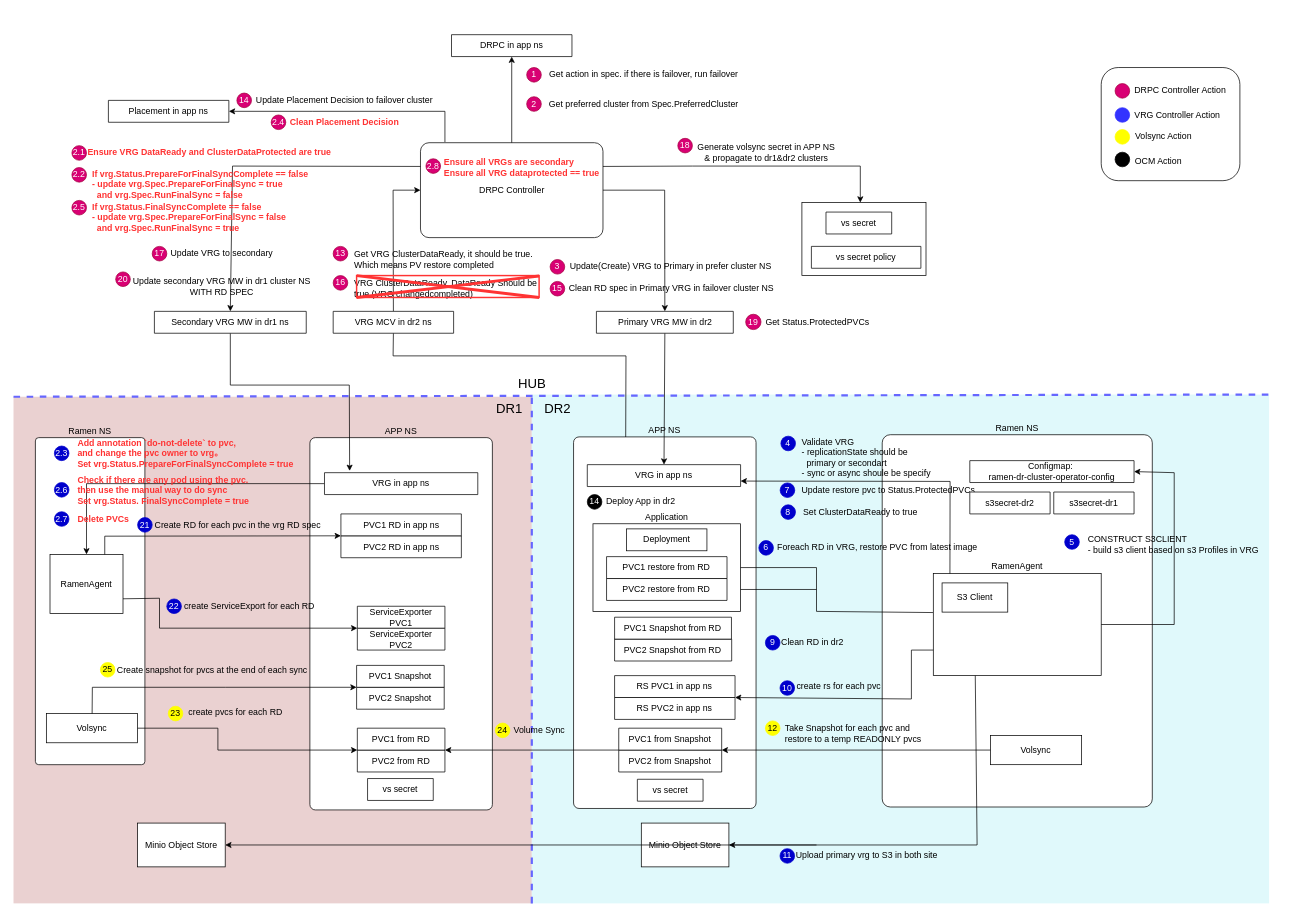
youhangwang/youhangwang.github.io keeps this draw.io diagram as assets/images/posts/ramen-relocate.drawio. Above is the earlier version. Source tidied: cells renumbered, new cells numbered last; positions are measured from the earlier drawing's top-left corner, leaving out a move shared by most shapes. Both pictures are drawn from the tidied source at 73%, with x=0, y=0 at pixel (13, 34).
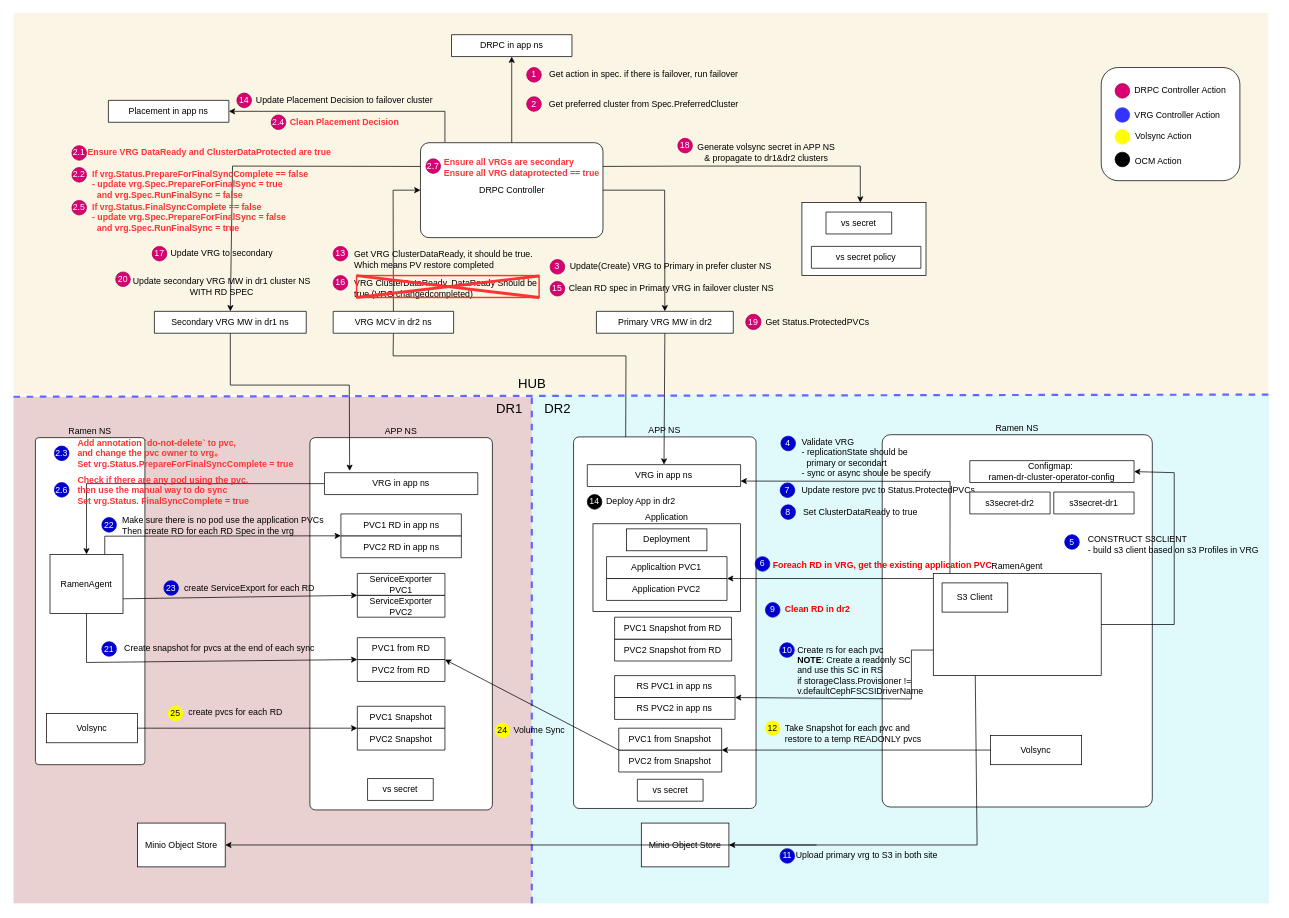
The same diagram, later.

Unchanged cells that the change refers to:
```xml
<mxCell id="11" value="RamenAgent" style="rounded=0;whiteSpace=wrap;html=1;labelPosition=center;verticalLabelPosition=middle;align=center;verticalAlign=middle;" parent="1" vertex="1">
  <mxGeometry x="50" y="712" width="100" height="81" as="geometry" />
</mxCell>
<mxCell id="22" value="Volsync" style="rounded=0;whiteSpace=wrap;html=1;" parent="1" vertex="1">
  <mxGeometry x="45" y="930" width="125" height="40" as="geometry" />
</mxCell>
<mxCell id="38" value="RamenAgent" style="rounded=0;whiteSpace=wrap;html=1;labelPosition=center;verticalLabelPosition=top;align=center;verticalAlign=bottom;" parent="1" vertex="1">
  <mxGeometry x="1260" y="738" width="230" height="140" as="geometry" />
</mxCell>
```

Diff of the diagram source:
```diff
@@
+    <mxCell id="158" style="rounded=0;whiteSpace=wrap;html=1;fillColor=#fbf5e5;strokeColor=none;" parent="1" vertex="1">
+      <mxGeometry y="-30" width="1719" height="523" as="geometry" />
+    </mxCell>
@@
-    <mxCell id="50" value="Foreach RD in VRG, restore PVC from latest image" style="text;html=1;align=center;verticalAlign=middle;strokeColor=none;fillColor=none;" parent="1" vertex="1">
-      <mxGeometry x="1033" y="688" width="300" height="30" as="geometry" />
+    <mxCell id="50" value="&lt;font color=&quot;#ff0000&quot;&gt;&lt;b&gt;Foreach RD in VRG, get the existing application PVC&lt;/b&gt;&lt;/font&gt;" style="text;html=1;align=center;verticalAlign=middle;strokeColor=none;fillColor=none;" parent="1" vertex="1">
+      <mxGeometry x="1030" y="712" width="320" height="30" as="geometry" />
     </mxCell>
     <mxCell id="51" value="6" style="ellipse;whiteSpace=wrap;html=1;fillColor=#0000CC;strokeColor=#0000CC;fontColor=#ffffff;align=center;verticalAlign=middle;fontFamily=Helvetica;fontSize=12;" parent="1" vertex="1">
-      <mxGeometry x="1021" y="693" width="20" height="20" as="geometry" />
+      <mxGeometry x="1016" y="715" width="20" height="20" as="geometry" />
     </mxCell>
@@
-    <mxCell id="65" value="&lt;span style=&quot;text-align: center;&quot;&gt;Clean RD in dr2&lt;/span&gt;" style="text;html=1;align=left;verticalAlign=middle;strokeColor=none;fillColor=none;" parent="1" vertex="1">
-      <mxGeometry x="1050" y="818" width="110" height="30" as="geometry" />
+    <mxCell id="65" value="&lt;span style=&quot;text-align: center;&quot;&gt;&lt;b&gt;&lt;font color=&quot;#ff0000&quot;&gt;Clean RD in dr2&lt;/font&gt;&lt;/b&gt;&lt;/span&gt;" style="text;html=1;align=left;verticalAlign=middle;strokeColor=none;fillColor=none;" parent="1" vertex="1">
+      <mxGeometry x="1054.6" y="773" width="110" height="30" as="geometry" />
     </mxCell>
     <mxCell id="66" value="9" style="ellipse;whiteSpace=wrap;html=1;fillColor=#0000CC;strokeColor=#0000CC;fontColor=#ffffff;align=center;verticalAlign=middle;fontFamily=Helvetica;fontSize=12;" parent="1" vertex="1">
-      <mxGeometry x="1030" y="823" width="20" height="20" as="geometry" />
+      <mxGeometry x="1030" y="778" width="20" height="20" as="geometry" />
     </mxCell>
-    <mxCell id="67" value="create rs for each pvc" style="text;html=1;align=left;verticalAlign=middle;strokeColor=none;fillColor=none;" parent="1" vertex="1">
-      <mxGeometry x="1071.2" y="878" width="140" height="30" as="geometry" />
-    </mxCell>
     <mxCell id="68" value="10" style="ellipse;whiteSpace=wrap;html=1;fillColor=#0000CC;strokeColor=#0000CC;fontColor=#ffffff;align=center;verticalAlign=middle;fontFamily=Helvetica;fontSize=12;" parent="1" vertex="1">
-      <mxGeometry x="1050" y="885" width="20" height="20" as="geometry" />
+      <mxGeometry x="1049.6" y="833" width="20" height="20" as="geometry" />
     </mxCell>
@@
-    <mxCell id="71" style="endArrow=classic;html=1;rounded=0;exitX=-0.002;exitY=0.383;exitDx=0;exitDy=0;exitPerimeter=0;entryX=1;entryY=0.5;entryDx=0;entryDy=0;jumpStyle=arc;" parent="1" edge="1" source="38" target="132">
-      <mxGeometry relative="1" as="geometry">
-        <Array as="points">
-          <mxPoint x="1100" y="790" />
-          <mxPoint x="1100" y="730" />
-        </Array>
-      </mxGeometry>
-    </mxCell>
-    <mxCell id="72" style="endArrow=classic;html=1;rounded=0;entryX=1;entryY=0.5;entryDx=0;entryDy=0;jumpStyle=arc;" parent="1" edge="1" target="131">
-      <mxGeometry relative="1" as="geometry">
-        <mxPoint x="1100" y="760" as="sourcePoint" />
-        <Array as="points">
-          <mxPoint x="1100" y="760" />
-        </Array>
-      </mxGeometry>
-    </mxCell>
@@
-    <mxCell id="76" style="endArrow=classic;html=1;rounded=0;entryX=0;entryY=0;entryDx=0;entryDy=0;exitX=1;exitY=0.5;exitDx=0;exitDy=0;" parent="1" edge="1" source="22" target="136">
+    <mxCell id="76" style="endArrow=classic;html=1;rounded=0;entryX=0;entryY=0;entryDx=0;entryDy=0;exitX=0.5;exitY=1;exitDx=0;exitDy=0;" parent="1" edge="1" source="11" target="136">
       <mxGeometry relative="1" as="geometry">
         <Array as="points">
-          <mxPoint x="280" y="950" />
-          <mxPoint x="280" y="980" />
+          <mxPoint x="100" y="860" />
         </Array>
       </mxGeometry>
     </mxCell>
@@
-    <mxCell id="78" value="&lt;font color=&quot;#000000&quot;&gt;23&lt;/font&gt;" style="ellipse;whiteSpace=wrap;html=1;fillColor=#FFFF00;strokeColor=#FFFF00;fontColor=#ffffff;align=center;verticalAlign=middle;fontFamily=Helvetica;fontSize=12;" parent="1" vertex="1">
+    <mxCell id="78" value="&lt;font color=&quot;#000000&quot;&gt;25&lt;/font&gt;" style="ellipse;whiteSpace=wrap;html=1;fillColor=#FFFF00;strokeColor=#FFFF00;fontColor=#ffffff;align=center;verticalAlign=middle;fontFamily=Helvetica;fontSize=12;" parent="1" vertex="1">
       <mxGeometry x="212" y="920" width="20" height="20" as="geometry" />
     </mxCell>
-    <mxCell id="79" style="endArrow=classic;html=1;rounded=0;entryX=0;entryY=1;entryDx=0;entryDy=0;" parent="1" edge="1" source="22" target="139">
+    <mxCell id="79" style="endArrow=classic;html=1;rounded=0;entryX=0;entryY=1;entryDx=0;entryDy=0;exitX=1;exitY=0.5;exitDx=0;exitDy=0;" parent="1" edge="1" source="22" target="139">
       <mxGeometry relative="1" as="geometry">
         <Array as="points">
-          <mxPoint x="108" y="894" />
-          <mxPoint x="290" y="894" />
+          <mxPoint x="210" y="950" />
         </Array>
       </mxGeometry>
     </mxCell>
     <mxCell id="80" value="Create snapshot for pvcs at the end of each sync" style="text;html=1;align=left;verticalAlign=middle;strokeColor=none;fillColor=none;" parent="1" vertex="1">
-      <mxGeometry x="140" y="856" width="280" height="30" as="geometry" />
+      <mxGeometry x="150" y="826" width="280" height="30" as="geometry" />
     </mxCell>
-    <mxCell id="81" value="&lt;font color=&quot;#000000&quot;&gt;25&lt;/font&gt;" style="ellipse;whiteSpace=wrap;html=1;fillColor=#FFFF00;strokeColor=#FFFF00;fontColor=#ffffff;align=center;verticalAlign=middle;fontFamily=Helvetica;fontSize=12;" parent="1" vertex="1">
-      <mxGeometry x="119" y="860" width="20" height="20" as="geometry" />
+    <mxCell id="81" value="21" style="ellipse;whiteSpace=wrap;html=1;fillColor=#0000CC;strokeColor=#0000CC;fontColor=#ffffff;align=center;verticalAlign=middle;fontFamily=Helvetica;fontSize=12;" parent="1" vertex="1">
+      <mxGeometry x="121" y="831.5" width="20" height="20" as="geometry" />
     </mxCell>
-    <mxCell id="82" value="Create RD for each pvc in the vrg RD spec" style="text;html=1;align=center;verticalAlign=middle;strokeColor=none;fillColor=none;" parent="1" vertex="1">
-      <mxGeometry x="182" y="656.5" width="250" height="30" as="geometry" />
-    </mxCell>
-    <mxCell id="83" value="21" style="ellipse;whiteSpace=wrap;html=1;fillColor=#0000CC;strokeColor=#0000CC;fontColor=#ffffff;align=center;verticalAlign=middle;fontFamily=Helvetica;fontSize=12;" parent="1" vertex="1">
-      <mxGeometry x="170" y="661.5" width="20" height="20" as="geometry" />
+    <mxCell id="83" value="22" style="ellipse;whiteSpace=wrap;html=1;fillColor=#0000CC;strokeColor=#0000CC;fontColor=#ffffff;align=center;verticalAlign=middle;fontFamily=Helvetica;fontSize=12;" parent="1" vertex="1">
+      <mxGeometry x="121" y="661.5" width="20" height="20" as="geometry" />
     </mxCell>
@@
     <mxCell id="99" style="endArrow=classic;html=1;rounded=0;exitX=1;exitY=0.75;exitDx=0;exitDy=0;entryX=0;entryY=1;entryDx=0;entryDy=0;" parent="1" edge="1" source="11" target="141">
       <mxGeometry relative="1" as="geometry">
         <Array as="points">
           <mxPoint x="200" y="772" />
-          <mxPoint x="200" y="813" />
         </Array>
       </mxGeometry>
     </mxCell>
     <mxCell id="100" value="create ServiceExport for each RD" style="text;html=1;align=left;verticalAlign=middle;strokeColor=none;fillColor=none;" parent="1" vertex="1">
-      <mxGeometry x="232" y="768" width="200" height="30" as="geometry" />
+      <mxGeometry x="232" y="743" width="200" height="30" as="geometry" />
     </mxCell>
-    <mxCell id="101" value="22" style="ellipse;whiteSpace=wrap;html=1;fillColor=#0000CC;strokeColor=#0000CC;fontColor=#ffffff;align=center;verticalAlign=middle;fontFamily=Helvetica;fontSize=12;" parent="1" vertex="1">
-      <mxGeometry x="210" y="773" width="20" height="20" as="geometry" />
+    <mxCell id="101" value="23" style="ellipse;whiteSpace=wrap;html=1;fillColor=#0000CC;strokeColor=#0000CC;fontColor=#ffffff;align=center;verticalAlign=middle;fontFamily=Helvetica;fontSize=12;" parent="1" vertex="1">
+      <mxGeometry x="206" y="748" width="20" height="20" as="geometry" />
     </mxCell>
@@
-    <mxCell id="116" value="2.8" style="ellipse;whiteSpace=wrap;html=1;fillColor=#d80073;strokeColor=#A50040;fontColor=#ffffff;" parent="1" vertex="1">
+    <mxCell id="116" value="2.7" style="ellipse;whiteSpace=wrap;html=1;fillColor=#d80073;strokeColor=#A50040;fontColor=#ffffff;" parent="1" vertex="1">
       <mxGeometry x="565" y="170" width="20" height="20" as="geometry" />
     </mxCell>
@@
-    <mxCell id="131" value="PVC2 restore from RD" style="swimlane;fontStyle=0;horizontal=1;startSize=30;whiteSpace=wrap;html=1;" parent="1" vertex="1" collapsed="1">
+    <mxCell id="131" value="Application PVC2" style="swimlane;fontStyle=0;horizontal=1;startSize=30;whiteSpace=wrap;html=1;" parent="1" vertex="1" collapsed="1">
       <mxGeometry x="812.4" y="745" width="165" height="30" as="geometry" />
     </mxCell>
-    <mxCell id="132" value="PVC1 restore from RD" style="swimlane;fontStyle=0;horizontal=1;startSize=30;whiteSpace=wrap;html=1;" parent="1" vertex="1" collapsed="1">
+    <mxCell id="132" value="Applicaltion PVC1" style="swimlane;fontStyle=0;horizontal=1;startSize=30;whiteSpace=wrap;html=1;" parent="1" vertex="1" collapsed="1">
       <mxGeometry x="812.4" y="715" width="165" height="30" as="geometry" />
     </mxCell>
@@
     <mxCell id="136" value="PVC2 from RD" style="swimlane;fontStyle=0;horizontal=1;startSize=30;whiteSpace=wrap;html=1;" parent="1" vertex="1" collapsed="1">
-      <mxGeometry x="471" y="980" width="120" height="30" as="geometry" />
+      <mxGeometry x="471" y="856" width="120" height="30" as="geometry" />
     </mxCell>
     <mxCell id="137" value="PVC1 from RD" style="swimlane;fontStyle=0;horizontal=1;startSize=30;whiteSpace=wrap;html=1;" parent="1" vertex="1" collapsed="1">
-      <mxGeometry x="471" y="950" width="120" height="30" as="geometry" />
+      <mxGeometry x="471" y="826" width="120" height="30" as="geometry" />
     </mxCell>
     <mxCell id="138" value="PVC2 Snapshot" style="swimlane;fontStyle=0;horizontal=1;startSize=30;whiteSpace=wrap;html=1;" parent="1" vertex="1" collapsed="1">
-      <mxGeometry x="470" y="894" width="120" height="30" as="geometry" />
+      <mxGeometry x="471" y="950" width="120" height="30" as="geometry" />
     </mxCell>
     <mxCell id="139" value="PVC1 Snapshot" style="swimlane;fontStyle=0;horizontal=1;startSize=30;whiteSpace=wrap;html=1;" parent="1" vertex="1" collapsed="1">
-      <mxGeometry x="470" y="864" width="120" height="30" as="geometry" />
+      <mxGeometry x="471" y="920" width="120" height="30" as="geometry" />
     </mxCell>
     <mxCell id="140" value="ServiceExporter PVC2" style="swimlane;fontStyle=0;horizontal=1;startSize=30;whiteSpace=wrap;html=1;" parent="1" vertex="1" collapsed="1">
-      <mxGeometry x="471" y="813" width="120" height="30" as="geometry" />
+      <mxGeometry x="471" y="768" width="120" height="30" as="geometry" />
     </mxCell>
     <mxCell id="141" value="ServiceExporter PVC1" style="swimlane;fontStyle=0;horizontal=1;startSize=30;whiteSpace=wrap;html=1;" parent="1" vertex="1" collapsed="1">
-      <mxGeometry x="471" y="783" width="120" height="30" as="geometry" />
+      <mxGeometry x="471" y="738" width="120" height="30" as="geometry" />
     </mxCell>
@@
-    <mxCell id="151" value="2.7" style="ellipse;whiteSpace=wrap;html=1;fillColor=#0000CC;strokeColor=#0000CC;fontColor=#ffffff;align=center;verticalAlign=middle;fontFamily=Helvetica;fontSize=12;" parent="1" vertex="1">
-      <mxGeometry x="56" y="653.5" width="20" height="20" as="geometry" />
-    </mxCell>
-    <mxCell id="152" value="&lt;div&gt;&lt;font color=&quot;#ff3333&quot;&gt;&lt;b&gt;Delete PVCs&lt;/b&gt;&lt;/font&gt;&lt;/div&gt;" style="text;html=1;align=left;verticalAlign=middle;strokeColor=none;fillColor=none;" parent="1" vertex="1">
-      <mxGeometry x="86" y="649" width="90" height="30" as="geometry" />
-    </mxCell>
@@
+    <mxCell id="159" value="Create rs for each pvc&lt;br&gt;&lt;b&gt;NOTE&lt;/b&gt;: Create a readonly SC&amp;nbsp;&lt;br&gt;and use this SC in RS&lt;br&gt;if storageClass.Provisioner !=&amp;nbsp;&lt;div&gt;v.defaultCephFSCSIDriverName&lt;/div&gt;" style="text;html=1;align=left;verticalAlign=middle;strokeColor=none;fillColor=none;" parent="1" vertex="1">
+      <mxGeometry x="1072" y="826" width="200" height="90" as="geometry" />
+    </mxCell>
+    <mxCell id="71" style="endArrow=classic;html=1;rounded=0;entryX=1;entryY=1;entryDx=0;entryDy=0;jumpStyle=arc;" parent="1" edge="1" target="132">
+      <mxGeometry relative="1" as="geometry">
+        <mxPoint x="1260" y="745" as="sourcePoint" />
+        <Array as="points">
+          <mxPoint x="1100" y="745" />
+        </Array>
+      </mxGeometry>
+    </mxCell>
+    <mxCell id="160" value="&lt;div&gt;Make sure there is no pod use the application PVCs&lt;/div&gt;Then create RD for each RD Spec in the vrg" style="text;html=1;align=left;verticalAlign=middle;strokeColor=none;fillColor=none;" parent="1" vertex="1">
+      <mxGeometry x="147" y="651.5" width="300" height="40" as="geometry" />
+    </mxCell>
```
